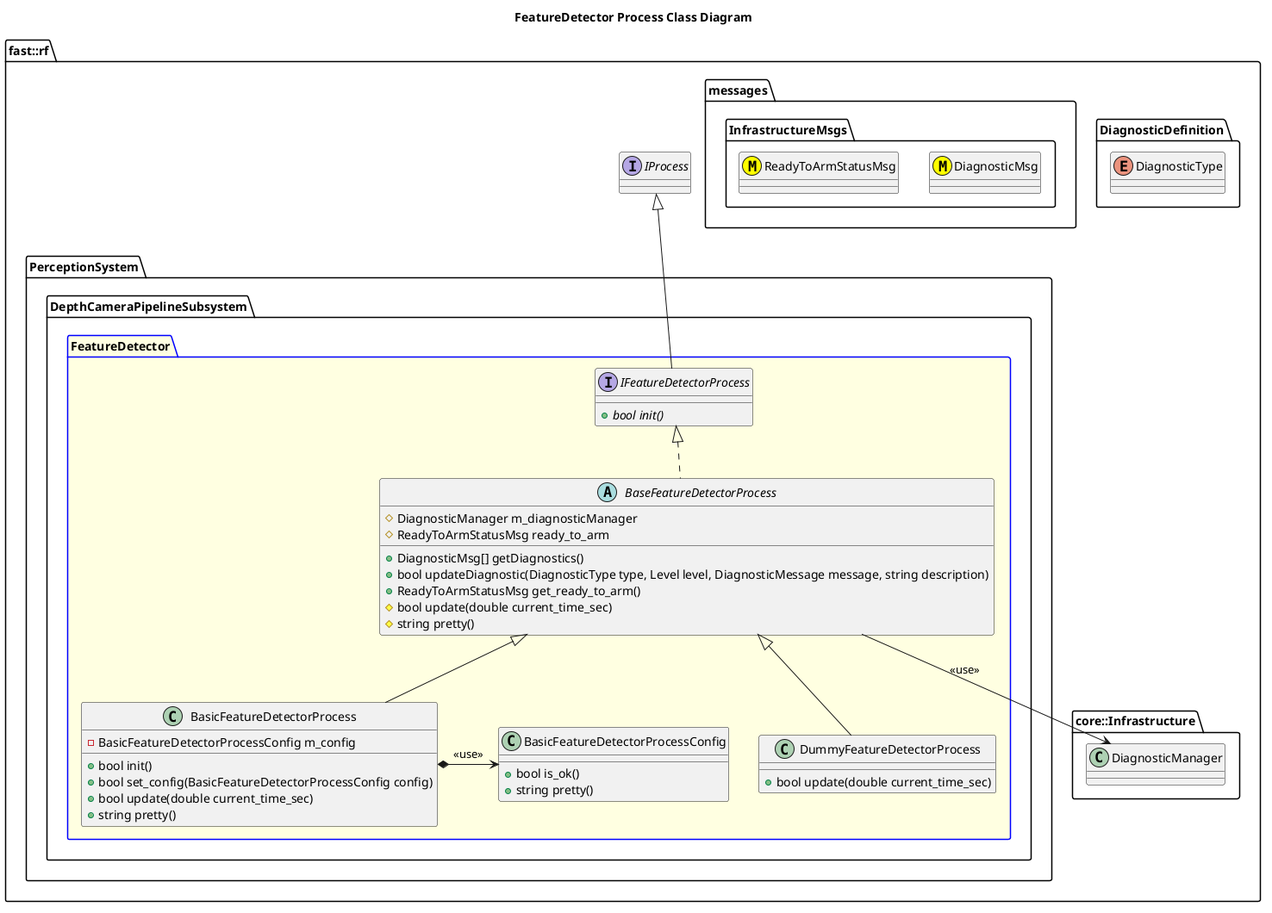
The PlantUML diagram Systems/Perception/Subsystems/DepthCameraPipeline/Processes/FeatureDetector/doc/puml/FeatureDetectorProcessClassDiagram.png in fastrobotics/robot_framework, before a commit. Source of this version:
```plantuml
@startuml
title FeatureDetector Process Class Diagram

namespace fast::rf {
  namespace DiagnosticDefinition {
    enum DiagnosticType
  }
  namespace messages {
    namespace InfrastructureMsgs {
      class DiagnosticMsg <<(M,#FFFF00)>>
      class ReadyToArmStatusMsg <<(M,#FFFF00)>>
    }
  }
  namespace core::Infrastructure {
    class DiagnosticManager
  }
  interface IProcess
  namespace PerceptionSystem {
    namespace DepthCameraPipelineSubsystem {
      package FeatureDetector #LightYellow;line:blue {

        interface IFeatureDetectorProcess  {
          +{abstract} bool init()
        }
        IFeatureDetectorProcess -up-|> IProcess
        abstract BaseFeatureDetectorProcess {
          +DiagnosticMsg[] getDiagnostics()
          +bool updateDiagnostic(DiagnosticType type, Level level, DiagnosticMessage message, string description)
          +ReadyToArmStatusMsg get_ready_to_arm()
          #bool update(double current_time_sec)
          #string pretty()
          #DiagnosticManager m_diagnosticManager
          #ReadyToArmStatusMsg ready_to_arm

        }
        BaseFeatureDetectorProcess .up.|> IFeatureDetectorProcess
        BaseFeatureDetectorProcess --> DiagnosticManager: <<use>>
        class BasicFeatureDetectorProcessConfig {
          +bool is_ok()
          +string pretty()
        }
        class BasicFeatureDetectorProcess {
          +bool init()
          +bool set_config(BasicFeatureDetectorProcessConfig config)
          +bool update(double current_time_sec)
	        +string pretty()
          -BasicFeatureDetectorProcessConfig m_config
        }
        BasicFeatureDetectorProcess -up-|> BaseFeatureDetectorProcess
        BasicFeatureDetectorProcess *-> BasicFeatureDetectorProcessConfig: <<use>>
        class DummyFeatureDetectorProcess {
          +bool update(double current_time_sec)
        }
        DummyFeatureDetectorProcess -up-|> BaseFeatureDetectorProcess
      }
    }
  }
}
@enduml
```
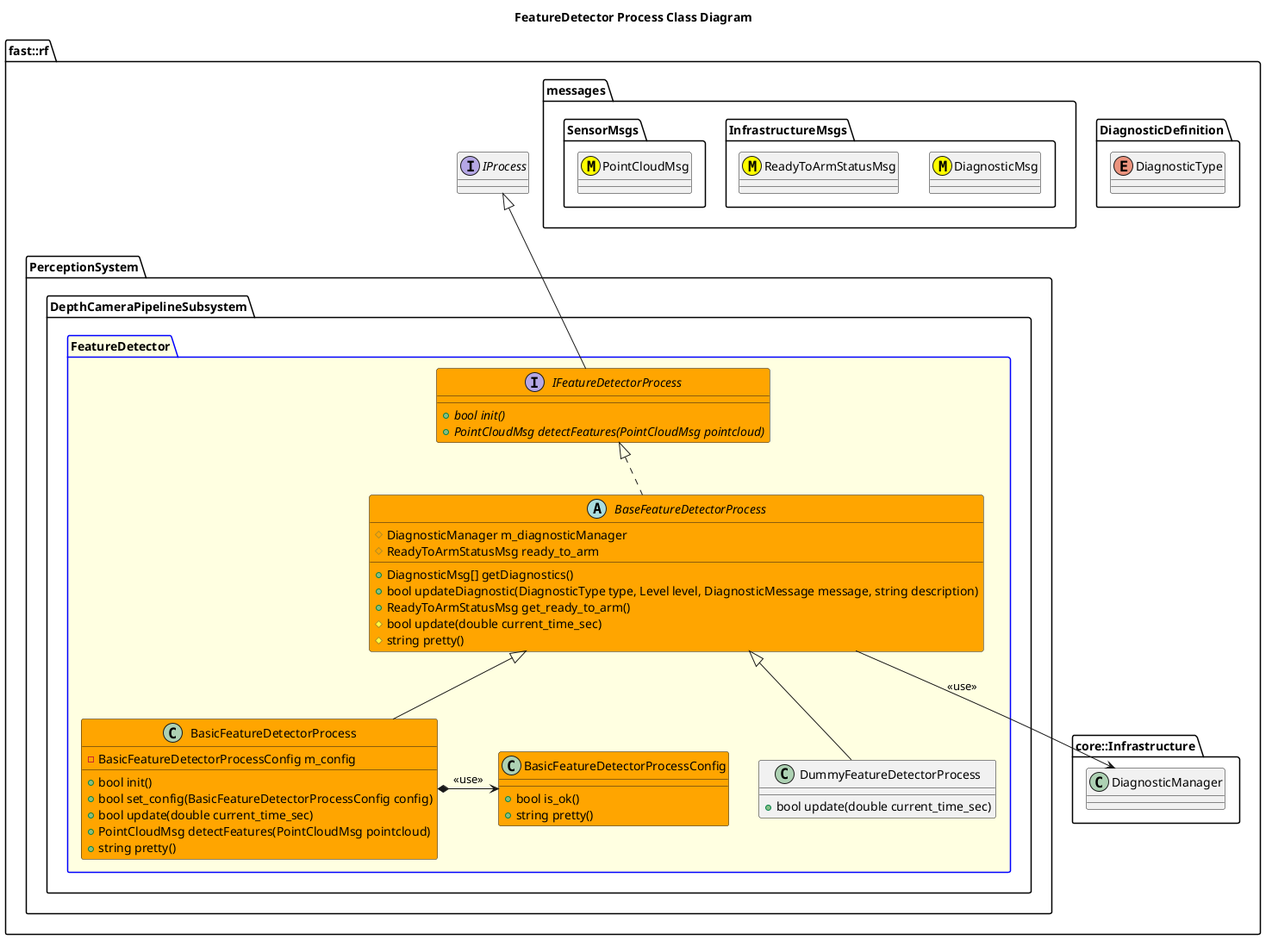
Later version of the same file.

Commit message:
Adding initial class and pass-thru.

Change to the diagram source:
```diff
@@ -10,6 +10,9 @@
       class DiagnosticMsg <<(M,#FFFF00)>>
       class ReadyToArmStatusMsg <<(M,#FFFF00)>>
     }
+    namespace SensorMsgs {
+        class PointCloudMsg <<(M,#FFFF00)>>
+    }
   }
   namespace core::Infrastructure {
     class DiagnosticManager
@@ -19,11 +22,12 @@
     namespace DepthCameraPipelineSubsystem {
       package FeatureDetector #LightYellow;line:blue {
 
-        interface IFeatureDetectorProcess  {
+        interface IFeatureDetectorProcess #Orange  {
           +{abstract} bool init()
+          +{abstract} PointCloudMsg detectFeatures(PointCloudMsg pointcloud)
         }
         IFeatureDetectorProcess -up-|> IProcess
-        abstract BaseFeatureDetectorProcess {
+        abstract BaseFeatureDetectorProcess #Orange {
           +DiagnosticMsg[] getDiagnostics()
           +bool updateDiagnostic(DiagnosticType type, Level level, DiagnosticMessage message, string description)
           +ReadyToArmStatusMsg get_ready_to_arm()
@@ -35,16 +39,17 @@
         }
         BaseFeatureDetectorProcess .up.|> IFeatureDetectorProcess
         BaseFeatureDetectorProcess --> DiagnosticManager: <<use>>
-        class BasicFeatureDetectorProcessConfig {
-          +bool is_ok()
-          +string pretty()
+        class BasicFeatureDetectorProcessConfig #Orange {
+            +bool is_ok()
+            +string pretty()
         }
-        class BasicFeatureDetectorProcess {
-          +bool init()
-          +bool set_config(BasicFeatureDetectorProcessConfig config)
-          +bool update(double current_time_sec)
-	        +string pretty()
-          -BasicFeatureDetectorProcessConfig m_config
+        class BasicFeatureDetectorProcess #Orange {
+            +bool init()
+            +bool set_config(BasicFeatureDetectorProcessConfig config)
+            +bool update(double current_time_sec)
+            +PointCloudMsg detectFeatures(PointCloudMsg pointcloud)
+            +string pretty()
+            -BasicFeatureDetectorProcessConfig m_config
         }
         BasicFeatureDetectorProcess -up-|> BaseFeatureDetectorProcess
         BasicFeatureDetectorProcess *-> BasicFeatureDetectorProcessConfig: <<use>>
```
